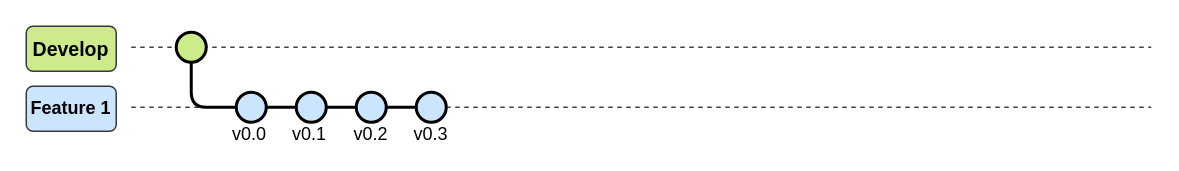
Earlier version of the draw.io diagram page "Feature1" (3 of 3) of 03_ImagenesRepo/01_GitFlow.drawio (LEOSZ8/Tesis_Msc_LSZ). Source tidied: cells renumbered, new cells numbered last; positions are measured from the earlier drawing's top-left corner, leaving out a move shared by most shapes. Both pictures are drawn from the tidied source at 150%, with x=0, y=0 at pixel (26, 26).
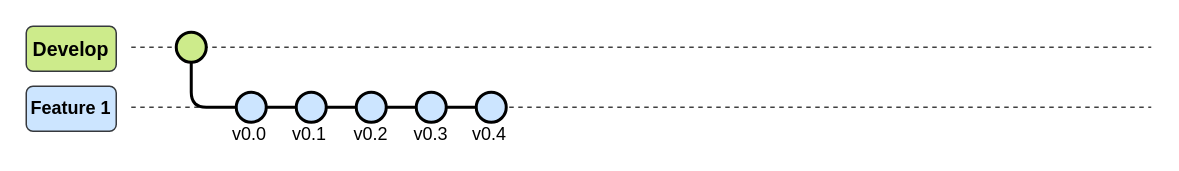
The same diagram, later.

The change refers to these unchanged cells:
```xml
<mxCell id="17" style="ellipse;whiteSpace=wrap;html=1;fillColor=#cce5ff;strokeColor=#000000;strokeWidth=2;" parent="1" vertex="1">
  <mxGeometry x="260" y="44" width="20" height="20" as="geometry" />
</mxCell>
```

What changed in the source:
```diff
@@
+    <mxCell id="19" style="edgeStyle=orthogonalEdgeStyle;rounded=0;jettySize=auto;html=1;endArrow=none;endFill=0;strokeWidth=2;" parent="1" edge="1" source="17" target="20">
+      <mxGeometry relative="1" as="geometry" />
+    </mxCell>
@@
+    <mxCell id="20" style="ellipse;whiteSpace=wrap;html=1;fillColor=#cce5ff;strokeColor=#000000;strokeWidth=2;" parent="1" vertex="1">
+      <mxGeometry x="300" y="44" width="20" height="20" as="geometry" />
+    </mxCell>
+    <mxCell id="21" value="v0.4" style="text;html=1;align=center;verticalAlign=middle;whiteSpace=wrap;rounded=0;" parent="1" vertex="1">
+      <mxGeometry x="294" y="67" width="30" height="10" as="geometry" />
+    </mxCell>
```
